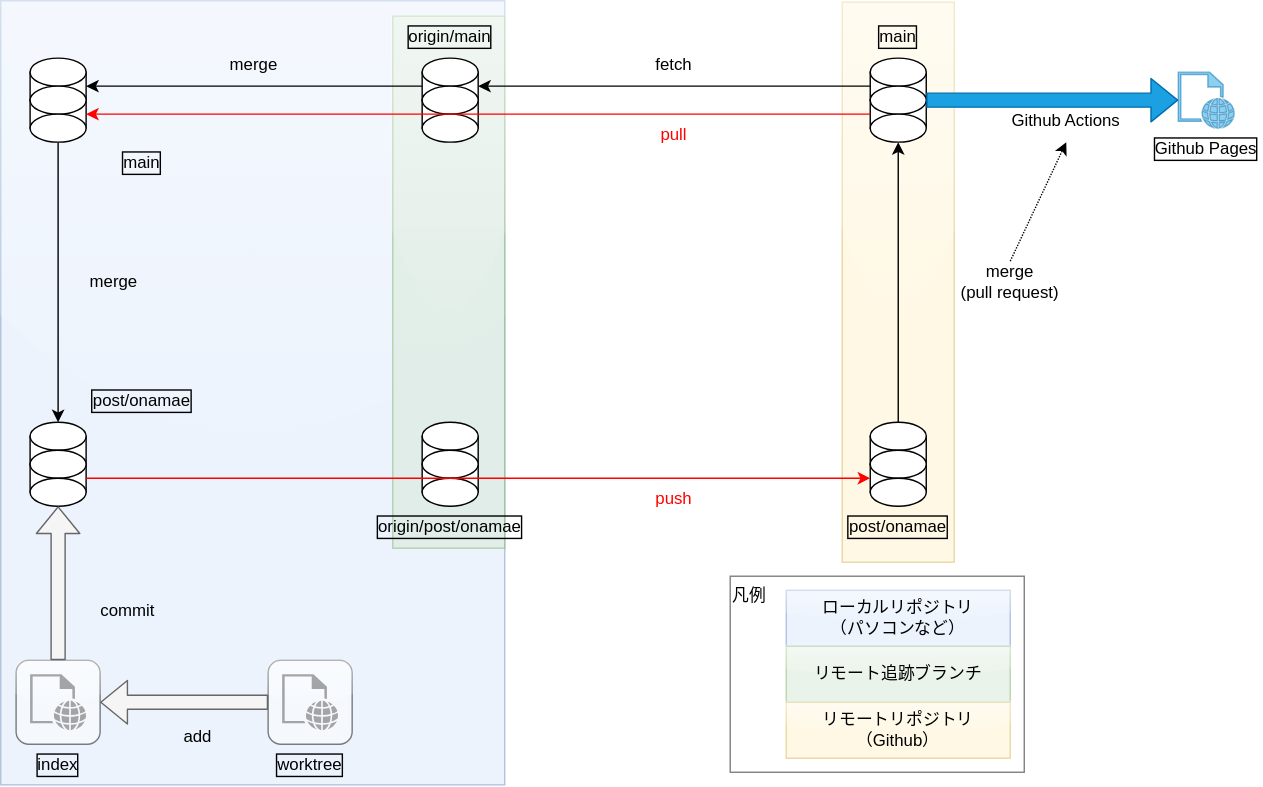
This is static/img/git-basic/repository.svg from masaru-study/verify-note, a draw.io export, as it was before one commit. Source tidied: cells renumbered, new cells last; positions are measured from the earlier drawing's top-left corner, leaving out a move shared by most shapes.
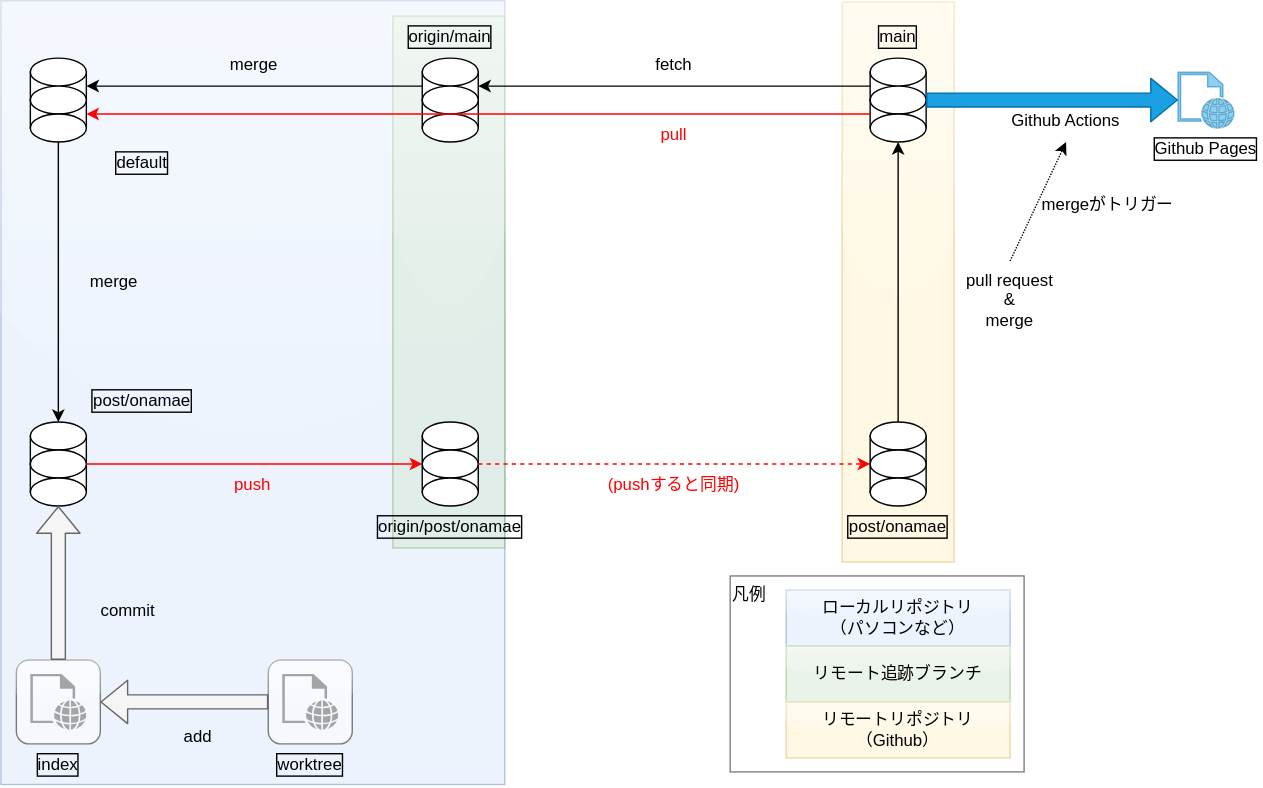
The same diagram one commit later.

Commit message:
gitの図編集。NO_DISCORD

What changed in the source:
```diff
@@ -140,8 +140,8 @@
     <mxCell id="47" value="fetch" style="text;html=1;strokeColor=none;fillColor=none;align=center;verticalAlign=middle;whiteSpace=wrap;rounded=0;fillStyle=solid;opacity=50;" parent="1" vertex="1">
       <mxGeometry x="441" y="31" width="80" height="30" as="geometry" />
     </mxCell>
-    <mxCell id="48" value="merge&lt;br&gt;(pull request)" style="text;html=1;strokeColor=none;fillColor=none;align=center;verticalAlign=middle;whiteSpace=wrap;rounded=0;fillStyle=solid;opacity=50;" parent="1" vertex="1">
-      <mxGeometry x="681" y="186" width="80" height="30" as="geometry" />
+    <mxCell id="48" value="pull request&lt;br&gt;&amp;amp;&lt;br&gt;merge" style="text;html=1;strokeColor=none;fillColor=none;align=center;verticalAlign=middle;whiteSpace=wrap;rounded=0;fillStyle=solid;opacity=50;" parent="1" vertex="1">
+      <mxGeometry x="681" y="186" width="80" height="55" as="geometry" />
     </mxCell>
     <mxCell id="49" value="main" style="text;html=1;strokeColor=none;fillColor=none;align=center;verticalAlign=middle;whiteSpace=wrap;rounded=0;fillStyle=solid;opacity=50;labelBorderColor=default;" parent="1" vertex="1">
       <mxGeometry x="601" y="11" width="80" height="30" as="geometry" />
@@ -176,16 +176,16 @@
     <mxCell id="59" value="pull" style="text;html=1;strokeColor=none;fillColor=none;align=center;verticalAlign=middle;whiteSpace=wrap;rounded=0;fillStyle=solid;opacity=50;fontColor=#FF0000;" parent="1" vertex="1">
       <mxGeometry x="441" y="81" width="80" height="30" as="geometry" />
     </mxCell>
-    <mxCell id="60" style="endArrow=classic;html=1;entryX=0;entryY=0.5;entryDx=0;entryDy=0;exitX=1;exitY=0.5;exitDx=0;exitDy=0;strokeColor=#FF0000;" parent="1" edge="1" source="44" target="31">
+    <mxCell id="60" style="endArrow=classic;html=1;entryX=0;entryY=0.5;entryDx=0;entryDy=0;exitX=1;exitY=0.5;exitDx=0;exitDy=0;strokeColor=#FF0000;" parent="1" edge="1" source="45" target="20">
       <mxGeometry relative="1" as="geometry" />
     </mxCell>
-    <mxCell id="61" value="push" style="text;html=1;strokeColor=none;fillColor=none;align=center;verticalAlign=middle;whiteSpace=wrap;rounded=0;fillStyle=solid;opacity=50;fontColor=#FF0000;" parent="1" vertex="1">
-      <mxGeometry x="441" y="341" width="80" height="30" as="geometry" />
+    <mxCell id="61" value="(pushすると同期)" style="text;html=1;strokeColor=none;fillColor=none;align=center;verticalAlign=middle;whiteSpace=wrap;rounded=0;fillStyle=solid;opacity=50;fontColor=#FF0000;" parent="1" vertex="1">
+      <mxGeometry x="426" y="331" width="110" height="30" as="geometry" />
     </mxCell>
     <mxCell id="62" value="post/onamae" style="text;html=1;strokeColor=none;fillColor=none;align=center;verticalAlign=middle;whiteSpace=wrap;rounded=0;fillStyle=solid;opacity=50;labelBorderColor=default;" parent="1" vertex="1">
       <mxGeometry x="61" y="271" width="80" height="30" as="geometry" />
     </mxCell>
-    <mxCell id="63" value="main" style="text;html=1;strokeColor=none;fillColor=none;align=center;verticalAlign=middle;whiteSpace=wrap;rounded=0;fillStyle=solid;opacity=50;labelBorderColor=default;" parent="1" vertex="1">
+    <mxCell id="63" value="default" style="text;html=1;strokeColor=none;fillColor=none;align=center;verticalAlign=middle;whiteSpace=wrap;rounded=0;fillStyle=solid;opacity=50;labelBorderColor=default;" parent="1" vertex="1">
       <mxGeometry x="61" y="101" width="80" height="30" as="geometry" />
     </mxCell>
     <mxCell id="64" style="sketch=0;shadow=0;dashed=0;html=1;strokeColor=#006EAF;fillColor=#1ba1e2;labelPosition=center;verticalLabelPosition=bottom;verticalAlign=top;outlineConnect=0;align=center;shape=mxgraph.office.concepts.web_page;rounded=0;glass=1;labelBorderColor=default;fillStyle=solid;opacity=50;fontColor=#ffffff;" parent="1" vertex="1">
@@ -230,5 +230,16 @@
     <mxCell id="77" value="凡例" style="text;html=1;strokeColor=default;fillColor=none;align=left;verticalAlign=top;whiteSpace=wrap;rounded=0;fillStyle=solid;opacity=50;fontColor=#000000;" parent="1" vertex="1">
       <mxGeometry x="521" y="411" width="210" height="140" as="geometry" />
     </mxCell>
+    <mxCell id="78" style="endArrow=classic;html=1;strokeColor=#FF0000;entryX=0;entryY=0.5;entryDx=0;entryDy=0;dashed=1;" parent="1" edge="1" target="32">
+      <mxGeometry relative="1" as="geometry">
+        <mxPoint x="341" y="331" as="sourcePoint" />
+      </mxGeometry>
+    </mxCell>
+    <mxCell id="79" value="push" style="text;html=1;strokeColor=none;fillColor=none;align=center;verticalAlign=middle;whiteSpace=wrap;rounded=0;fillStyle=solid;opacity=50;fontColor=#FF0000;" parent="1" vertex="1">
+      <mxGeometry x="125" y="331" width="110" height="30" as="geometry" />
+    </mxCell>
+    <mxCell id="80" value="mergeがトリガー" style="text;html=1;strokeColor=none;fillColor=none;align=center;verticalAlign=middle;whiteSpace=wrap;rounded=0;fillStyle=solid;opacity=50;" parent="1" vertex="1">
+      <mxGeometry x="741" y="131" width="100" height="30" as="geometry" />
+    </mxCell>
   </root>
 </mxGraphModel>
```
